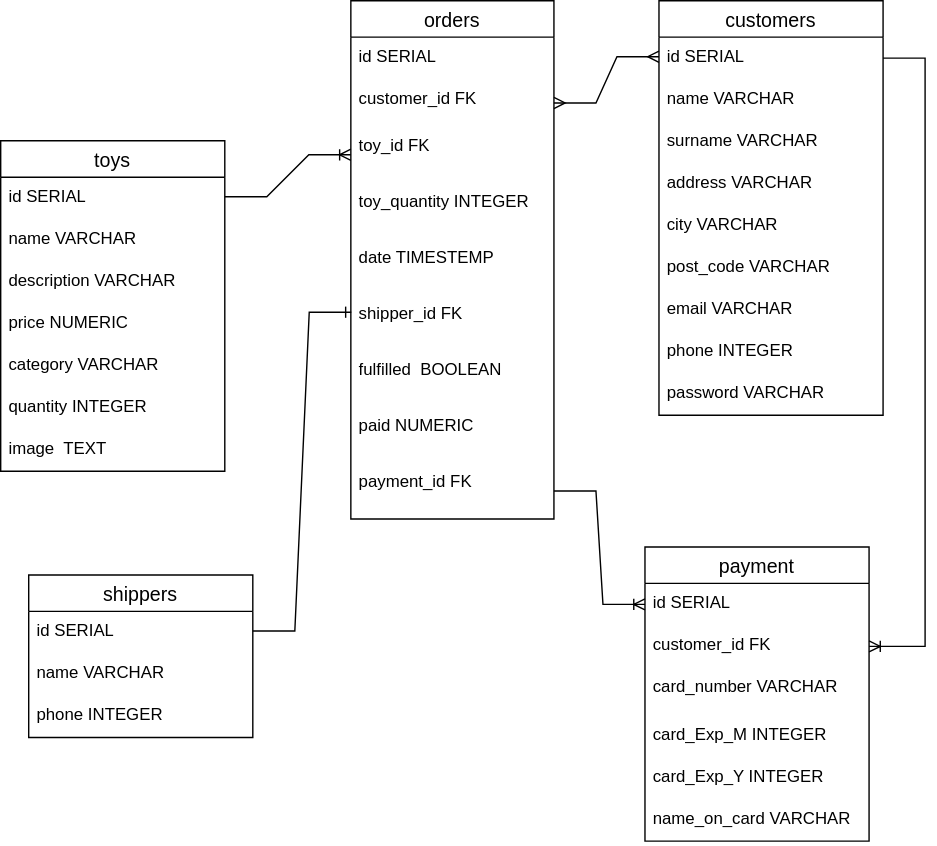
Before: db/db_schema.svg, a diagram exported from draw.io (OlgaNas/e-commerce). Source tidied: cells renumbered, new cells last; positions are measured from the earlier drawing's top-left corner, leaving out a move shared by most shapes. Its diagram source:
```xml
<mxGraphModel>
  <root>
    <mxCell id="0" />
    <mxCell id="1" parent="0" />
    <mxCell id="2" value="toys" style="swimlane;fontStyle=0;horizontal=1;startSize=26;align=center;fontSize=14;" parent="1" vertex="1">
      <mxGeometry y="100" width="160" height="236" as="geometry" />
    </mxCell>
    <mxCell id="3" value="id SERIAL" style="text;strokeColor=none;fillColor=none;spacingLeft=4;spacingRight=4;overflow=hidden;fontSize=12;whiteSpace=wrap;html=1;" parent="2" vertex="1">
      <mxGeometry y="26" width="160" height="30" as="geometry" />
    </mxCell>
    <mxCell id="4" value="name VARCHAR" style="text;strokeColor=none;fillColor=none;spacingLeft=4;spacingRight=4;overflow=hidden;fontSize=12;whiteSpace=wrap;html=1;" parent="2" vertex="1">
      <mxGeometry y="56" width="160" height="30" as="geometry" />
    </mxCell>
    <mxCell id="5" value="description VARCHAR" style="text;strokeColor=none;fillColor=none;spacingLeft=4;spacingRight=4;overflow=hidden;fontSize=12;whiteSpace=wrap;html=1;" parent="2" vertex="1">
      <mxGeometry y="86" width="160" height="30" as="geometry" />
    </mxCell>
    <mxCell id="6" value="price NUMERIC" style="text;strokeColor=none;fillColor=none;spacingLeft=4;spacingRight=4;overflow=hidden;fontSize=12;whiteSpace=wrap;html=1;" parent="2" vertex="1">
      <mxGeometry y="116" width="160" height="30" as="geometry" />
    </mxCell>
    <mxCell id="7" value="category VARCHAR" style="text;strokeColor=none;fillColor=none;spacingLeft=4;spacingRight=4;overflow=hidden;fontSize=12;whiteSpace=wrap;html=1;" parent="2" vertex="1">
      <mxGeometry y="146" width="160" height="30" as="geometry" />
    </mxCell>
    <mxCell id="8" value="quantity INTEGER" style="text;strokeColor=none;fillColor=none;spacingLeft=4;spacingRight=4;overflow=hidden;fontSize=12;whiteSpace=wrap;html=1;" parent="2" vertex="1">
      <mxGeometry y="176" width="160" height="30" as="geometry" />
    </mxCell>
    <mxCell id="9" value="image&amp;nbsp; TEXT" style="text;strokeColor=none;fillColor=none;spacingLeft=4;spacingRight=4;overflow=hidden;fontSize=12;whiteSpace=wrap;html=1;" parent="2" vertex="1">
      <mxGeometry y="206" width="160" height="30" as="geometry" />
    </mxCell>
    <mxCell id="10" value="orders" style="swimlane;fontStyle=0;horizontal=1;startSize=26;align=center;fontSize=14;" parent="1" vertex="1">
      <mxGeometry x="250" width="145" height="370" as="geometry" />
    </mxCell>
    <mxCell id="11" value="id SERIAL" style="text;strokeColor=none;fillColor=none;spacingLeft=4;spacingRight=4;overflow=hidden;fontSize=12;whiteSpace=wrap;html=1;" parent="10" vertex="1">
      <mxGeometry y="26" width="145" height="30" as="geometry" />
    </mxCell>
    <mxCell id="12" value="customer_id FK" style="text;strokeColor=none;fillColor=none;spacingLeft=4;spacingRight=4;overflow=hidden;points=[[0,0.5],[1,0.5]];portConstraint=eastwest;fontSize=12;whiteSpace=wrap;html=1;" parent="10" vertex="1">
      <mxGeometry y="56" width="145" height="34" as="geometry" />
    </mxCell>
    <mxCell id="13" value="toy_id FK" style="text;strokeColor=none;fillColor=none;spacingLeft=4;spacingRight=4;overflow=hidden;points=[[0,0.5],[1,0.5]];portConstraint=eastwest;fontSize=12;whiteSpace=wrap;html=1;" parent="10" vertex="1">
      <mxGeometry y="90" width="145" height="40" as="geometry" />
    </mxCell>
    <mxCell id="14" value="toy_quantity INTEGER" style="text;strokeColor=none;fillColor=none;spacingLeft=4;spacingRight=4;overflow=hidden;fontSize=12;whiteSpace=wrap;html=1;" parent="10" vertex="1">
      <mxGeometry y="130" width="145" height="40" as="geometry" />
    </mxCell>
    <mxCell id="15" value="date TIMESTEMP" style="text;strokeColor=none;fillColor=none;spacingLeft=4;spacingRight=4;overflow=hidden;fontSize=12;whiteSpace=wrap;html=1;" parent="10" vertex="1">
      <mxGeometry y="170" width="145" height="40" as="geometry" />
    </mxCell>
    <mxCell id="16" value="shipper_id FK" style="text;strokeColor=none;fillColor=none;spacingLeft=4;spacingRight=4;overflow=hidden;points=[[0,0.5],[1,0.5]];portConstraint=eastwest;fontSize=12;whiteSpace=wrap;html=1;" parent="10" vertex="1">
      <mxGeometry y="210" width="145" height="40" as="geometry" />
    </mxCell>
    <mxCell id="17" value="fulfilled&amp;nbsp; BOOLEAN" style="text;strokeColor=none;fillColor=none;spacingLeft=4;spacingRight=4;overflow=hidden;fontSize=12;whiteSpace=wrap;html=1;" parent="10" vertex="1">
      <mxGeometry y="250" width="145" height="40" as="geometry" />
    </mxCell>
    <mxCell id="18" value="paid NUMERIC" style="text;strokeColor=none;fillColor=none;spacingLeft=4;spacingRight=4;overflow=hidden;fontSize=12;whiteSpace=wrap;html=1;" parent="10" vertex="1">
      <mxGeometry y="290" width="145" height="40" as="geometry" />
    </mxCell>
    <mxCell id="19" value="payment_id FK" style="text;strokeColor=none;fillColor=none;spacingLeft=4;spacingRight=4;overflow=hidden;points=[[0,0.5],[1,0.5]];portConstraint=eastwest;fontSize=12;whiteSpace=wrap;html=1;" parent="10" vertex="1">
      <mxGeometry y="330" width="145" height="40" as="geometry" />
    </mxCell>
    <mxCell id="20" style="edgeStyle=entityRelationEdgeStyle;fontSize=12;html=1;endArrow=ERoneToMany;rounded=0;" parent="1" edge="1" target="13">
      <mxGeometry relative="1" as="geometry">
        <mxPoint x="160" y="140" as="sourcePoint" />
        <Array as="points">
          <mxPoint x="190" y="230" />
          <mxPoint x="220" y="160" />
          <mxPoint x="210" y="230" />
          <mxPoint x="200" y="210" />
        </Array>
      </mxGeometry>
    </mxCell>
    <mxCell id="21" value="shippers" style="swimlane;fontStyle=0;horizontal=1;startSize=26;align=center;fontSize=14;" parent="1" vertex="1">
      <mxGeometry x="20" y="410" width="160" height="116" as="geometry" />
    </mxCell>
    <mxCell id="22" value="id SERIAL" style="text;strokeColor=none;fillColor=none;spacingLeft=4;spacingRight=4;overflow=hidden;fontSize=12;whiteSpace=wrap;html=1;" parent="21" vertex="1">
      <mxGeometry y="26" width="160" height="30" as="geometry" />
    </mxCell>
    <mxCell id="23" value="name VARCHAR" style="text;strokeColor=none;fillColor=none;spacingLeft=4;spacingRight=4;overflow=hidden;fontSize=12;whiteSpace=wrap;html=1;" parent="21" vertex="1">
      <mxGeometry y="56" width="160" height="30" as="geometry" />
    </mxCell>
    <mxCell id="24" value="phone INTEGER" style="text;strokeColor=none;fillColor=none;spacingLeft=4;spacingRight=4;overflow=hidden;fontSize=12;whiteSpace=wrap;html=1;" parent="21" vertex="1">
      <mxGeometry y="86" width="160" height="30" as="geometry" />
    </mxCell>
    <mxCell id="25" style="edgeStyle=entityRelationEdgeStyle;fontSize=12;html=1;endArrow=ERone;endFill=1;rounded=0;entryX=0.002;entryY=0.31;entryDx=0;entryDy=0;entryPerimeter=0;" parent="1" edge="1" target="16">
      <mxGeometry relative="1" as="geometry">
        <mxPoint x="180" y="450" as="sourcePoint" />
      </mxGeometry>
    </mxCell>
    <mxCell id="26" value="customers" style="swimlane;fontStyle=0;horizontal=1;startSize=26;align=center;fontSize=14;" parent="1" vertex="1">
      <mxGeometry x="470" width="160" height="296" as="geometry" />
    </mxCell>
    <mxCell id="27" value="id SERIAL" style="text;strokeColor=none;fillColor=none;spacingLeft=4;spacingRight=4;overflow=hidden;points=[[0,0.5],[1,0.5]];portConstraint=eastwest;fontSize=12;whiteSpace=wrap;html=1;" parent="26" vertex="1">
      <mxGeometry y="26" width="160" height="30" as="geometry" />
    </mxCell>
    <mxCell id="28" value="name VARCHAR" style="text;strokeColor=none;fillColor=none;spacingLeft=4;spacingRight=4;overflow=hidden;fontSize=12;whiteSpace=wrap;html=1;" parent="26" vertex="1">
      <mxGeometry y="56" width="160" height="30" as="geometry" />
    </mxCell>
    <mxCell id="29" value="surname VARCHAR" style="text;strokeColor=none;fillColor=none;spacingLeft=4;spacingRight=4;overflow=hidden;fontSize=12;whiteSpace=wrap;html=1;" parent="26" vertex="1">
      <mxGeometry y="86" width="160" height="30" as="geometry" />
    </mxCell>
    <mxCell id="30" value="address VARCHAR" style="text;strokeColor=none;fillColor=none;spacingLeft=4;spacingRight=4;overflow=hidden;fontSize=12;whiteSpace=wrap;html=1;" parent="26" vertex="1">
      <mxGeometry y="116" width="160" height="30" as="geometry" />
    </mxCell>
    <mxCell id="31" value="city VARCHAR" style="text;strokeColor=none;fillColor=none;spacingLeft=4;spacingRight=4;overflow=hidden;fontSize=12;whiteSpace=wrap;html=1;" parent="26" vertex="1">
      <mxGeometry y="146" width="160" height="30" as="geometry" />
    </mxCell>
    <mxCell id="32" value="post_code VARCHAR" style="text;strokeColor=none;fillColor=none;spacingLeft=4;spacingRight=4;overflow=hidden;fontSize=12;whiteSpace=wrap;html=1;" parent="26" vertex="1">
      <mxGeometry y="176" width="160" height="30" as="geometry" />
    </mxCell>
    <mxCell id="33" value="email VARCHAR" style="text;strokeColor=none;fillColor=none;spacingLeft=4;spacingRight=4;overflow=hidden;fontSize=12;whiteSpace=wrap;html=1;" parent="26" vertex="1">
      <mxGeometry y="206" width="160" height="30" as="geometry" />
    </mxCell>
    <mxCell id="34" value="phone INTEGER" style="text;strokeColor=none;fillColor=none;spacingLeft=4;spacingRight=4;overflow=hidden;fontSize=12;whiteSpace=wrap;html=1;" parent="26" vertex="1">
      <mxGeometry y="236" width="160" height="30" as="geometry" />
    </mxCell>
    <mxCell id="35" value="password VARCHAR" style="text;strokeColor=none;fillColor=none;spacingLeft=4;spacingRight=4;overflow=hidden;fontSize=12;whiteSpace=wrap;html=1;" parent="26" vertex="1">
      <mxGeometry y="266" width="160" height="30" as="geometry" />
    </mxCell>
    <mxCell id="36" style="edgeStyle=entityRelationEdgeStyle;fontSize=12;html=1;endArrow=ERmany;startArrow=ERmany;rounded=0;exitX=1;exitY=0.5;exitDx=0;exitDy=0;" parent="1" edge="1" source="12">
      <mxGeometry relative="1" as="geometry">
        <mxPoint x="470" y="40" as="targetPoint" />
      </mxGeometry>
    </mxCell>
    <mxCell id="37" style="edgeStyle=orthogonalEdgeStyle;rounded=0;orthogonalLoop=1;jettySize=auto;html=1;exitX=1;exitY=0;exitDx=0;exitDy=0;entryX=1;entryY=0;entryDx=0;entryDy=0;" parent="1" edge="1" source="38" target="38">
      <mxGeometry relative="1" as="geometry" />
    </mxCell>
    <mxCell id="38" value="payment" style="swimlane;fontStyle=0;horizontal=1;startSize=26;align=center;fontSize=14;" parent="1" vertex="1">
      <mxGeometry x="460" y="390" width="160" height="210" as="geometry" />
    </mxCell>
    <mxCell id="39" value="id SERIAL" style="text;strokeColor=none;fillColor=none;spacingLeft=4;spacingRight=4;overflow=hidden;points=[[0,0.5],[1,0.5]];portConstraint=eastwest;fontSize=12;whiteSpace=wrap;html=1;" parent="38" vertex="1">
      <mxGeometry y="26" width="160" height="30" as="geometry" />
    </mxCell>
    <mxCell id="40" value="customer_id FK" style="text;strokeColor=none;fillColor=none;spacingLeft=4;spacingRight=4;overflow=hidden;points=[[0,0.5],[1,0.5]];portConstraint=eastwest;fontSize=12;whiteSpace=wrap;html=1;" parent="38" vertex="1">
      <mxGeometry y="56" width="160" height="30" as="geometry" />
    </mxCell>
    <mxCell id="41" value="card_number VARCHAR" style="text;strokeColor=none;fillColor=none;spacingLeft=4;spacingRight=4;overflow=hidden;fontSize=12;whiteSpace=wrap;html=1;" parent="38" vertex="1">
      <mxGeometry y="86" width="160" height="34" as="geometry" />
    </mxCell>
    <mxCell id="42" value="card_Exp_M INTEGER" style="text;strokeColor=none;fillColor=none;spacingLeft=4;spacingRight=4;overflow=hidden;fontSize=12;whiteSpace=wrap;html=1;" parent="38" vertex="1">
      <mxGeometry y="120" width="160" height="30" as="geometry" />
    </mxCell>
    <mxCell id="43" value="card_Exp_Y INTEGER" style="text;strokeColor=none;fillColor=none;spacingLeft=4;spacingRight=4;overflow=hidden;fontSize=12;whiteSpace=wrap;html=1;" parent="38" vertex="1">
      <mxGeometry y="150" width="160" height="30" as="geometry" />
    </mxCell>
    <mxCell id="44" value="name_on_card VARCHAR" style="text;strokeColor=none;fillColor=none;spacingLeft=4;spacingRight=4;overflow=hidden;fontSize=12;whiteSpace=wrap;html=1;" parent="38" vertex="1">
      <mxGeometry y="180" width="160" height="30" as="geometry" />
    </mxCell>
    <mxCell id="45" style="edgeStyle=entityRelationEdgeStyle;fontSize=12;html=1;endArrow=ERoneToMany;rounded=0;" parent="1" edge="1" source="19" target="39">
      <mxGeometry relative="1" as="geometry" />
    </mxCell>
    <mxCell id="46" style="edgeStyle=entityRelationEdgeStyle;fontSize=12;html=1;endArrow=ERoneToMany;rounded=0;entryX=1;entryY=0.5;entryDx=0;entryDy=0;" parent="1" edge="1" source="27" target="40">
      <mxGeometry relative="1" as="geometry" />
    </mxCell>
  </root>
</mxGraphModel>
```
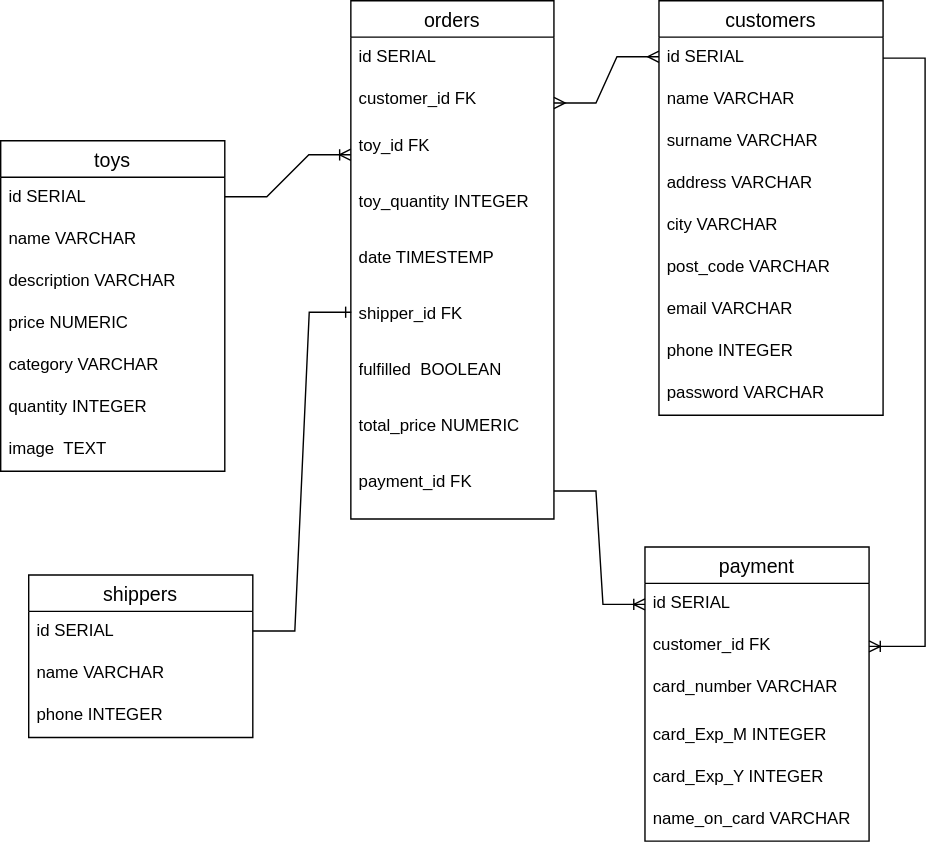
Above is the later version.

Diff of the diagram source:
```diff
@@ -50,7 +50,7 @@
     <mxCell id="17" value="fulfilled&amp;nbsp; BOOLEAN" style="text;strokeColor=none;fillColor=none;spacingLeft=4;spacingRight=4;overflow=hidden;fontSize=12;whiteSpace=wrap;html=1;" parent="10" vertex="1">
       <mxGeometry y="250" width="145" height="40" as="geometry" />
     </mxCell>
-    <mxCell id="18" value="paid NUMERIC" style="text;strokeColor=none;fillColor=none;spacingLeft=4;spacingRight=4;overflow=hidden;fontSize=12;whiteSpace=wrap;html=1;" parent="10" vertex="1">
+    <mxCell id="18" value="total_price NUMERIC" style="text;strokeColor=none;fillColor=none;spacingLeft=4;spacingRight=4;overflow=hidden;fontSize=12;whiteSpace=wrap;html=1;" parent="10" vertex="1">
       <mxGeometry y="290" width="145" height="40" as="geometry" />
     </mxCell>
     <mxCell id="19" value="payment_id FK" style="text;strokeColor=none;fillColor=none;spacingLeft=4;spacingRight=4;overflow=hidden;points=[[0,0.5],[1,0.5]];portConstraint=eastwest;fontSize=12;whiteSpace=wrap;html=1;" parent="10" vertex="1">
```
